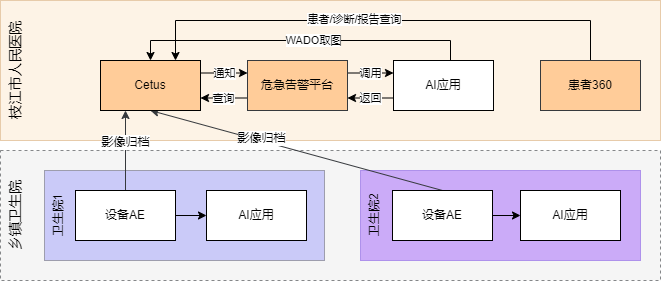
Above: uih/output/千县-枝江危急告警平台-数据流图-v5-云部署.drawio.png in xzs603/draw.io (draw.io), before the change. Source tidied: cells renumbered, new cells last; positions are measured from the earlier drawing's top-left corner, leaving out a move shared by most shapes.
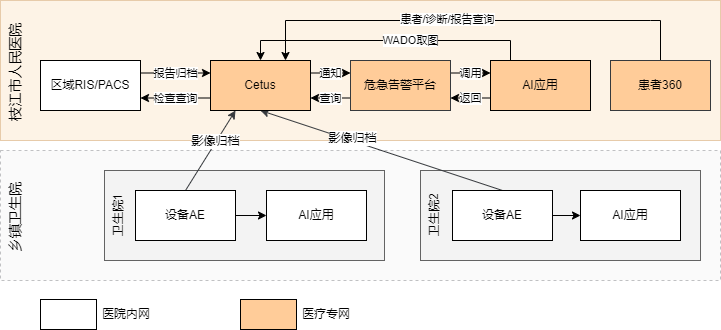
The same file after the commit.

Change to the diagram source:
```diff
@@ -2,17 +2,17 @@
   <root>
     <mxCell id="0" />
     <mxCell id="1" parent="0" />
-    <mxCell id="2" style="rounded=0;whiteSpace=wrap;html=1;opacity=60;fillColor=#eeeeee;strokeColor=#36393d;dashed=1;" parent="1" vertex="1">
-      <mxGeometry y="150" width="660" height="130" as="geometry" />
+    <mxCell id="2" style="rounded=0;whiteSpace=wrap;html=1;opacity=30;fillColor=#eeeeee;strokeColor=#36393d;dashed=1;" parent="1" vertex="1">
+      <mxGeometry x="-60" y="150" width="720" height="130" as="geometry" />
     </mxCell>
-    <mxCell id="3" style="rounded=0;whiteSpace=wrap;html=1;fillColor=#6666FF;fontSize=14;opacity=30;gradientColor=none;shadow=0;glass=0;" parent="1" vertex="1">
+    <mxCell id="3" style="rounded=0;whiteSpace=wrap;html=1;fillColor=#EEEEEE;fontSize=14;opacity=60;gradientColor=none;shadow=0;glass=0;" parent="1" vertex="1">
       <mxGeometry x="44" y="170" width="280" height="90" as="geometry" />
     </mxCell>
-    <mxCell id="4" style="rounded=0;whiteSpace=wrap;html=1;fillColor=#6a00ff;fontSize=14;opacity=30;strokeColor=#3700CC;fontColor=#ffffff;" parent="1" vertex="1">
+    <mxCell id="4" style="rounded=0;whiteSpace=wrap;html=1;fillColor=#EEEEEE;fontSize=14;opacity=60;strokeColor=#000000;fontColor=#ffffff;" parent="1" vertex="1">
       <mxGeometry x="360" y="170" width="280" height="90" as="geometry" />
     </mxCell>
     <mxCell id="5" style="rounded=0;whiteSpace=wrap;html=1;opacity=30;fillColor=#fad7ac;strokeColor=#b46504;" parent="1" vertex="1">
-      <mxGeometry width="660" height="140" as="geometry" />
+      <mxGeometry x="-60" width="720" height="140" as="geometry" />
     </mxCell>
     <mxCell id="6" style="rounded=0;jettySize=auto;html=1;exitX=0.5;exitY=0;exitDx=0;exitDy=0;entryX=0.25;entryY=1;entryDx=0;entryDy=0;fillColor=#ffcc99;strokeColor=#36393d;" parent="1" edge="1" source="9" target="14">
       <mxGeometry relative="1" as="geometry" />
@@ -40,8 +40,11 @@
     <mxCell id="13" value="通知" style="edgeStyle=orthogonalEdgeStyle;rounded=0;jettySize=auto;html=1;exitX=1;exitY=0.25;exitDx=0;exitDy=0;entryX=0;entryY=0.25;entryDx=0;entryDy=0;" parent="1" edge="1" source="14" target="28">
       <mxGeometry relative="1" as="geometry" />
     </mxCell>
+    <mxCell id="32" value="检查查询" style="edgeStyle=orthogonalEdgeStyle;rounded=0;jettySize=auto;html=1;exitX=0;exitY=0.75;exitDx=0;exitDy=0;entryX=1;entryY=0.75;entryDx=0;entryDy=0;" parent="1" edge="1" source="14" target="34">
+      <mxGeometry relative="1" as="geometry" />
+    </mxCell>
-    <mxCell id="14" value="Cetus" style="rounded=0;whiteSpace=wrap;html=1;strokeColor=#000000;fillColor=#FFCC99;flipH=0;flipV=1;" parent="1" vertex="1">
-      <mxGeometry x="100" y="60" width="100" height="50" as="geometry" />
+    <mxCell id="14" value="Cetus" style="rounded=0;whiteSpace=wrap;html=1;strokeColor=#000000;fillColor=#FFCC99;flipH=1;flipV=0;" parent="1" vertex="1">
+      <mxGeometry x="150" y="60" width="100" height="50" as="geometry" />
     </mxCell>
     <mxCell id="15" value="AI应用" style="rounded=0;whiteSpace=wrap;html=1;" parent="1" vertex="1">
       <mxGeometry x="206" y="190" width="100" height="50" as="geometry" />
@@ -52,23 +55,24 @@
     <mxCell id="17" value="WADO取图" style="edgeStyle=orthogonalEdgeStyle;rounded=0;jettySize=auto;html=1;exitX=0.5;exitY=0;exitDx=0;exitDy=0;entryX=0.5;entryY=0;entryDx=0;entryDy=0;" parent="1" edge="1" source="19" target="14">
       <mxGeometry relative="1" as="geometry">
         <Array as="points">
+          <mxPoint x="480" y="70" />
           <mxPoint x="450" y="70" />
           <mxPoint x="450" y="40" />
-          <mxPoint x="150" y="40" />
+          <mxPoint x="200" y="40" />
         </Array>
       </mxGeometry>
     </mxCell>
     <mxCell id="18" value="返回" style="edgeStyle=orthogonalEdgeStyle;rounded=0;jettySize=auto;html=1;exitX=0;exitY=0.75;exitDx=0;exitDy=0;entryX=1;entryY=0.75;entryDx=0;entryDy=0;" parent="1" edge="1" source="19" target="28">
       <mxGeometry relative="1" as="geometry" />
     </mxCell>
-    <mxCell id="19" value="AI应用" style="rounded=0;whiteSpace=wrap;html=1;strokeColor=#000000;fillColor=#FFFFFF;flipH=0;flipV=1;" parent="1" vertex="1">
-      <mxGeometry x="393" y="60" width="100" height="50" as="geometry" />
+    <mxCell id="19" value="AI应用" style="rounded=0;whiteSpace=wrap;html=1;strokeColor=#000000;fillColor=#FFCC99;flipH=1;flipV=0;" parent="1" vertex="1">
+      <mxGeometry x="430" y="60" width="100" height="50" as="geometry" />
     </mxCell>
     <mxCell id="20" value="乡镇卫生院" style="text;html=1;strokeColor=none;fillColor=none;align=center;verticalAlign=top;whiteSpace=wrap;rounded=0;opacity=60;horizontal=0;fontSize=14;" parent="1" vertex="1">
-      <mxGeometry y="175" width="30" height="80" as="geometry" />
+      <mxGeometry x="-60" y="177" width="30" height="80" as="geometry" />
     </mxCell>
     <mxCell id="21" value="枝江市人民医院" style="text;html=1;strokeColor=none;fillColor=none;align=center;verticalAlign=middle;whiteSpace=wrap;rounded=0;opacity=60;horizontal=0;fontSize=14;rotation=0;" parent="1" vertex="1">
-      <mxGeometry y="20" width="30" height="100" as="geometry" />
+      <mxGeometry x="-60" y="22" width="30" height="100" as="geometry" />
     </mxCell>
     <mxCell id="22" value="卫生院1" style="text;html=1;strokeColor=none;fillColor=none;align=center;verticalAlign=top;whiteSpace=wrap;rounded=0;opacity=60;horizontal=0;fontSize=12;" parent="1" vertex="1">
       <mxGeometry x="44" y="175" width="30" height="80" as="geometry" />
@@ -88,22 +92,40 @@
     <mxCell id="27" value="查询" style="edgeStyle=orthogonalEdgeStyle;rounded=0;jettySize=auto;html=1;exitX=0;exitY=0.75;exitDx=0;exitDy=0;entryX=1;entryY=0.75;entryDx=0;entryDy=0;" parent="1" edge="1" source="28" target="14">
       <mxGeometry relative="1" as="geometry" />
     </mxCell>
-    <mxCell id="28" value="危急告警平台" style="rounded=0;whiteSpace=wrap;html=1;strokeColor=#36393d;fillColor=#ffcc99;flipH=0;flipV=1;" parent="1" vertex="1">
-      <mxGeometry x="247" y="60" width="100" height="50" as="geometry" />
+    <mxCell id="28" value="危急告警平台" style="rounded=0;whiteSpace=wrap;html=1;strokeColor=#36393d;fillColor=#ffcc99;flipH=1;flipV=0;" parent="1" vertex="1">
+      <mxGeometry x="290" y="60" width="100" height="50" as="geometry" />
     </mxCell>
     <mxCell id="29" style="edgeStyle=orthogonalEdgeStyle;rounded=0;jettySize=auto;html=1;exitX=0.5;exitY=0;exitDx=0;exitDy=0;entryX=0.75;entryY=0;entryDx=0;entryDy=0;" parent="1" edge="1" source="31" target="14">
       <mxGeometry relative="1" as="geometry">
         <Array as="points">
           <mxPoint x="590" y="20" />
-          <mxPoint x="175" y="20" />
+          <mxPoint x="195" y="20" />
         </Array>
       </mxGeometry>
     </mxCell>
     <mxCell id="30" value="患者/诊断/报告查询" style="edgeLabel;html=1;align=center;verticalAlign=middle;" parent="29" vertex="1">
       <mxGeometry x="0.12" y="-2" relative="1" as="geometry" />
     </mxCell>
-    <mxCell id="31" value="患者360" style="rounded=0;whiteSpace=wrap;html=1;strokeColor=#36393d;fillColor=#ffcc99;flipH=0;flipV=1;" parent="1" vertex="1">
-      <mxGeometry x="540" y="60" width="100" height="50" as="geometry" />
+    <mxCell id="31" value="患者360" style="rounded=0;whiteSpace=wrap;html=1;strokeColor=#36393d;fillColor=#ffcc99;flipH=1;flipV=0;" parent="1" vertex="1">
+      <mxGeometry x="550" y="60" width="100" height="50" as="geometry" />
     </mxCell>
+    <mxCell id="33" value="报告归档" style="edgeStyle=orthogonalEdgeStyle;rounded=0;jettySize=auto;html=1;exitX=1;exitY=0.25;exitDx=0;exitDy=0;entryX=0;entryY=0.25;entryDx=0;entryDy=0;" parent="1" edge="1" source="34" target="14">
+      <mxGeometry relative="1" as="geometry" />
+    </mxCell>
+    <mxCell id="34" value="区域RIS/PACS" style="rounded=0;whiteSpace=wrap;html=1;strokeColor=#000000;fillColor=#FFFFFF;flipH=1;flipV=0;" parent="1" vertex="1">
+      <mxGeometry x="-20" y="60" width="100" height="50" as="geometry" />
+    </mxCell>
+    <mxCell id="35" style="rounded=0;whiteSpace=wrap;html=1;strokeColor=#000000;fillColor=default;" parent="1" vertex="1">
+      <mxGeometry x="-20" y="299" width="56" height="30" as="geometry" />
+    </mxCell>
+    <mxCell id="36" style="rounded=0;whiteSpace=wrap;html=1;strokeColor=#000000;fillColor=#FFCC99;" parent="1" vertex="1">
+      <mxGeometry x="180" y="299" width="56" height="30" as="geometry" />
+    </mxCell>
+    <mxCell id="37" value="医院内网" style="text;html=1;strokeColor=none;fillColor=none;align=center;verticalAlign=middle;whiteSpace=wrap;rounded=0;" parent="1" vertex="1">
+      <mxGeometry x="36" y="299" width="60" height="30" as="geometry" />
+    </mxCell>
+    <mxCell id="38" value="医疗专网" style="text;html=1;strokeColor=none;fillColor=none;align=center;verticalAlign=middle;whiteSpace=wrap;rounded=0;" parent="1" vertex="1">
+      <mxGeometry x="236" y="299" width="60" height="30" as="geometry" />
+    </mxCell>
   </root>
 </mxGraphModel>
```
